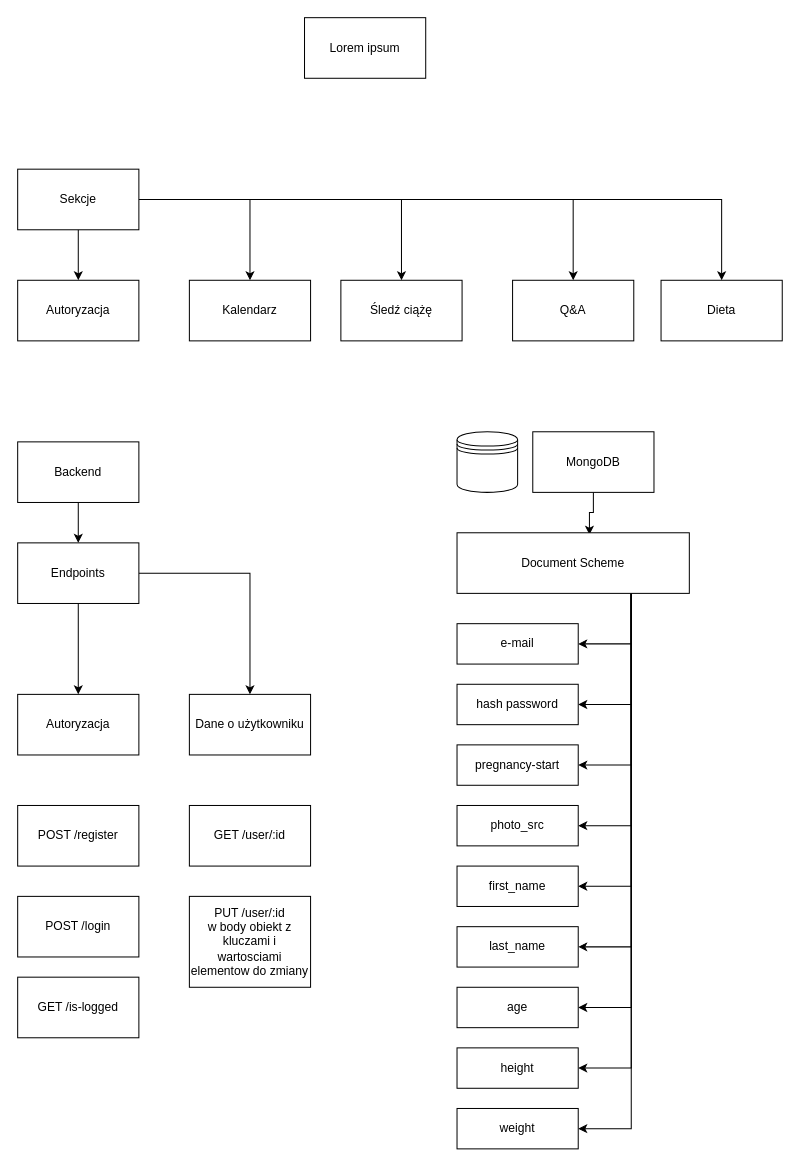
Before: loremipsum schemat.drawio in mKepka16/loremipsum, a draw.io diagram. Source tidied: cells renumbered, new cells numbered last; positions are measured from the earlier drawing's top-left corner, leaving out a move shared by most shapes. Both pictures are drawn from the tidied source at 101%, with x=0, y=0 at pixel (17, 17).
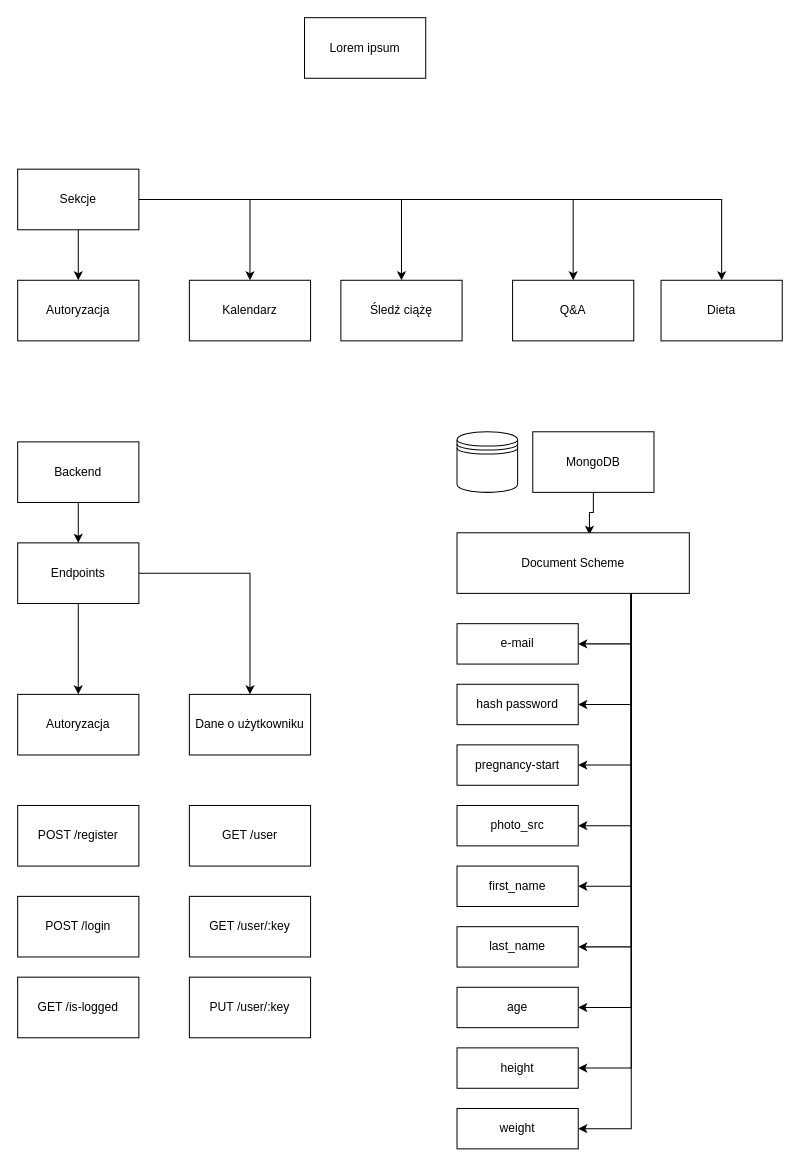
The same page after the edit.

The edit, as a diff of the source:
```diff
@@
-    <mxCell id="24" value="GET /user/:id" style="rounded=0;whiteSpace=wrap;html=1;" parent="1" vertex="1">
+    <mxCell id="24" value="GET /user" style="rounded=0;whiteSpace=wrap;html=1;" parent="1" vertex="1">
       <mxGeometry x="170" y="780" width="120" height="60" as="geometry" />
     </mxCell>
+    <mxCell id="48" value="GET /user/:key" style="rounded=0;whiteSpace=wrap;html=1;" parent="1" vertex="1">
+      <mxGeometry x="170" y="870" width="120" height="60" as="geometry" />
+    </mxCell>
-    <mxCell id="25" value="PUT /user/:id&lt;br&gt;w body obiekt z kluczami i wartosciami elementow do zmiany" style="rounded=0;whiteSpace=wrap;html=1;" parent="1" vertex="1">
-      <mxGeometry x="170" y="870" width="120" height="90" as="geometry" />
+    <mxCell id="25" value="PUT /user/:key" style="rounded=0;whiteSpace=wrap;html=1;" parent="1" vertex="1">
+      <mxGeometry x="170" y="950" width="120" height="60" as="geometry" />
     </mxCell>
```
